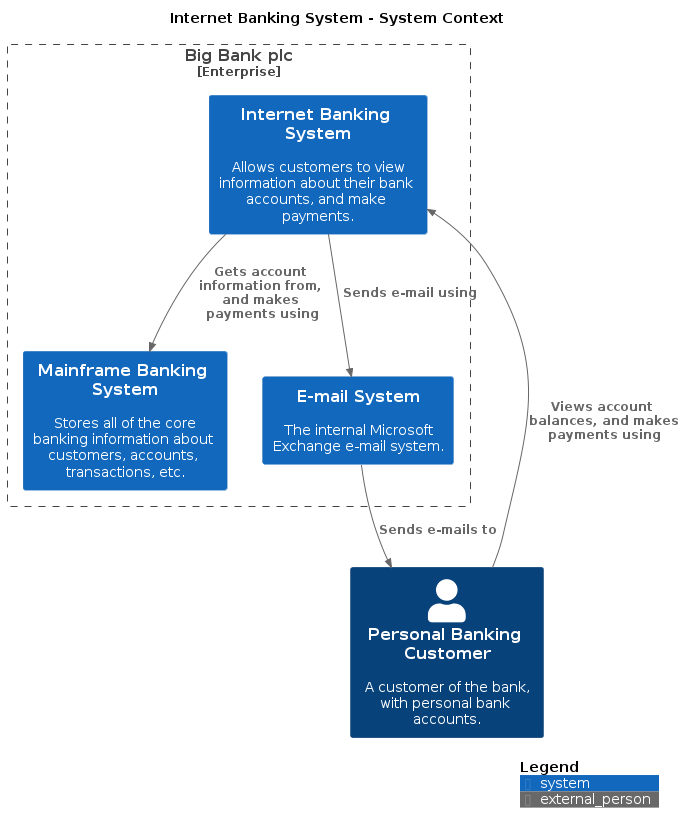
The PlantUML diagram main/png/SystemContext.png in avisi-cloud/structurizr-site-generatr, before a commit.
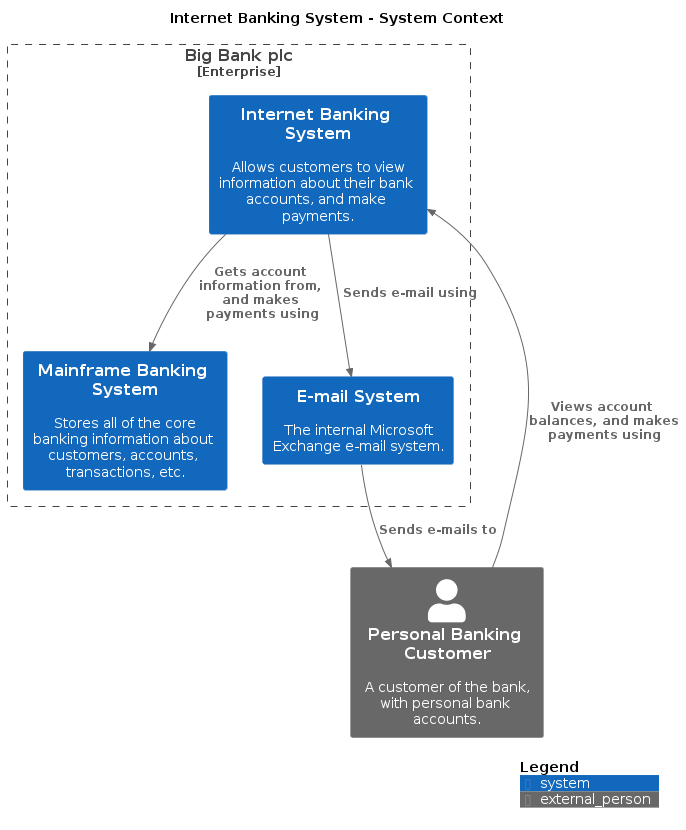
Later version of the same file.

Change to the diagram source:
```diff
@@ -7,17 +7,17 @@
 !include /home/runner/work/structurizr-site-generatr/structurizr-site-generatr/build/puml-cache/C4_Context.puml
 
 Enterprise_Boundary(enterprise, "Big Bank plc") {
-  System(MainframeBankingSystem, "Mainframe Banking System", "Stores all of the core banking information about customers, accounts, transactions, etc.", $tags="Element+Software System+Existing System")
-  System(EmailSystem, "E-mail System", "The internal Microsoft Exchange e-mail system.", $tags="Element+Software System+Existing System")
-  System(InternetBankingSystem, "Internet Banking System", "Allows customers to view information about their bank accounts, and make payments.", $tags="Element+Software System")
+  System(MainframeBankingSystem, "Mainframe Banking System", "Stores all of the core banking information about customers, accounts, transactions, etc.", $tags="")
+  System(EmailSystem, "E-mail System", "The internal Microsoft Exchange e-mail system.", $tags="")
+  System(InternetBankingSystem, "Internet Banking System", "Allows customers to view information about their bank accounts, and make payments.", $tags="")
 }
 
-Person_Ext(PersonalBankingCustomer, "Personal Banking Customer", "A customer of the bank, with personal bank accounts.", $tags="Element+Person+Customer")
+Person_Ext(PersonalBankingCustomer, "Personal Banking Customer", "A customer of the bank, with personal bank accounts.", $tags="")
 
-Rel_D(PersonalBankingCustomer, InternetBankingSystem, "Views account balances, and makes payments using", $tags="Relationship")
-Rel_D(InternetBankingSystem, MainframeBankingSystem, "Gets account information from, and makes payments using", $tags="Relationship")
-Rel_D(InternetBankingSystem, EmailSystem, "Sends e-mail using", $tags="Relationship")
-Rel_D(EmailSystem, PersonalBankingCustomer, "Sends e-mails to", $tags="Relationship")
+Rel_D(PersonalBankingCustomer, InternetBankingSystem, "Views account balances, and makes payments using", $tags="")
+Rel_D(InternetBankingSystem, MainframeBankingSystem, "Gets account information from, and makes payments using", $tags="")
+Rel_D(InternetBankingSystem, EmailSystem, "Sends e-mail using", $tags="")
+Rel_D(EmailSystem, PersonalBankingCustomer, "Sends e-mails to", $tags="")
 
 SHOW_LEGEND()
 @endum
```
